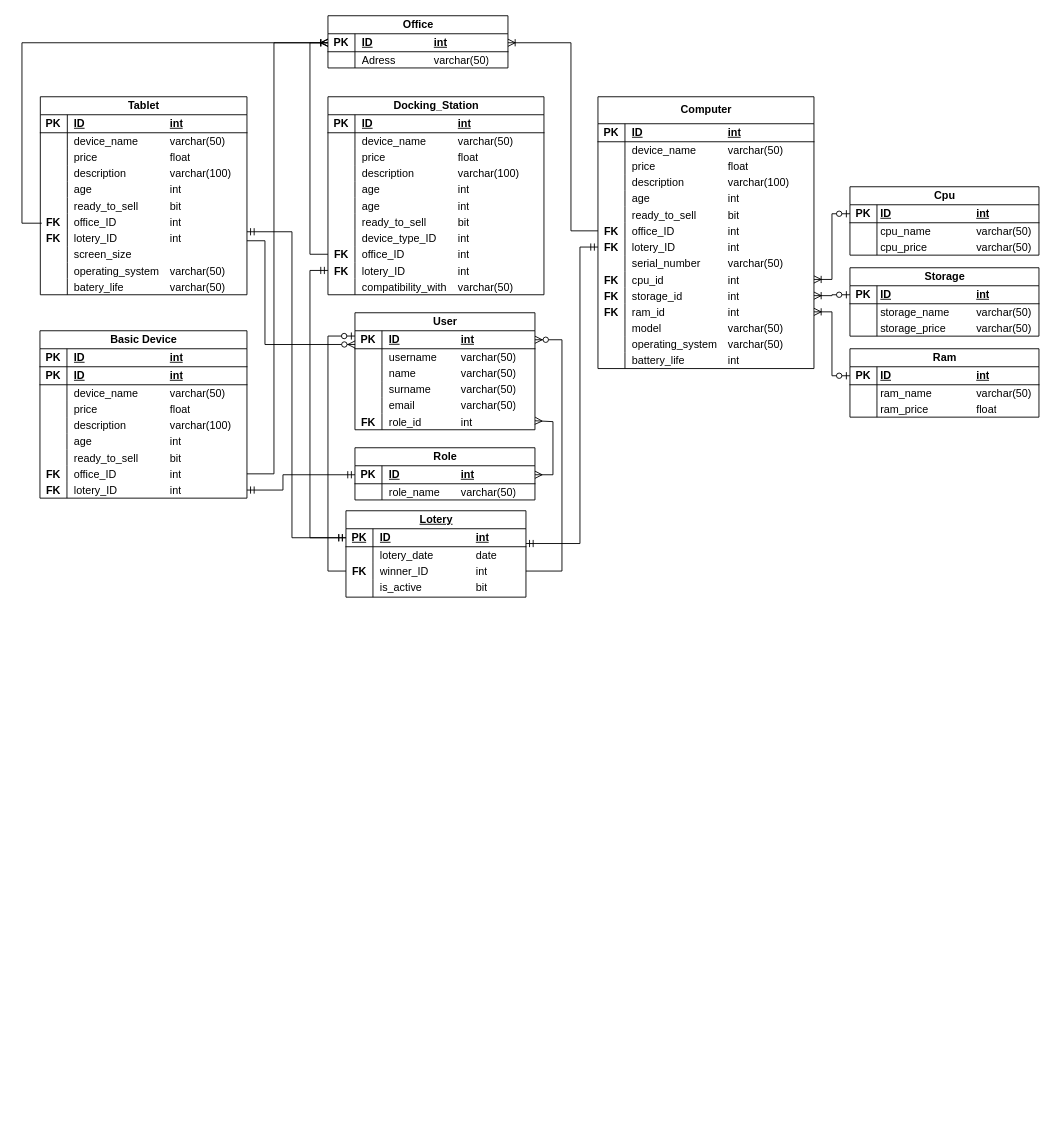
This is Diagrams/ER_Diagram.drawio from Maurycjo/Praca-dyplomowa, a draw.io file, before an edit. Source tidied: cells renumbered, new cells numbered last; positions are measured from the earlier drawing's top-left corner, leaving out a move shared by most shapes. Both pictures are drawn from the tidied source at 90%, with x=0, y=0 at pixel (-311, 15).
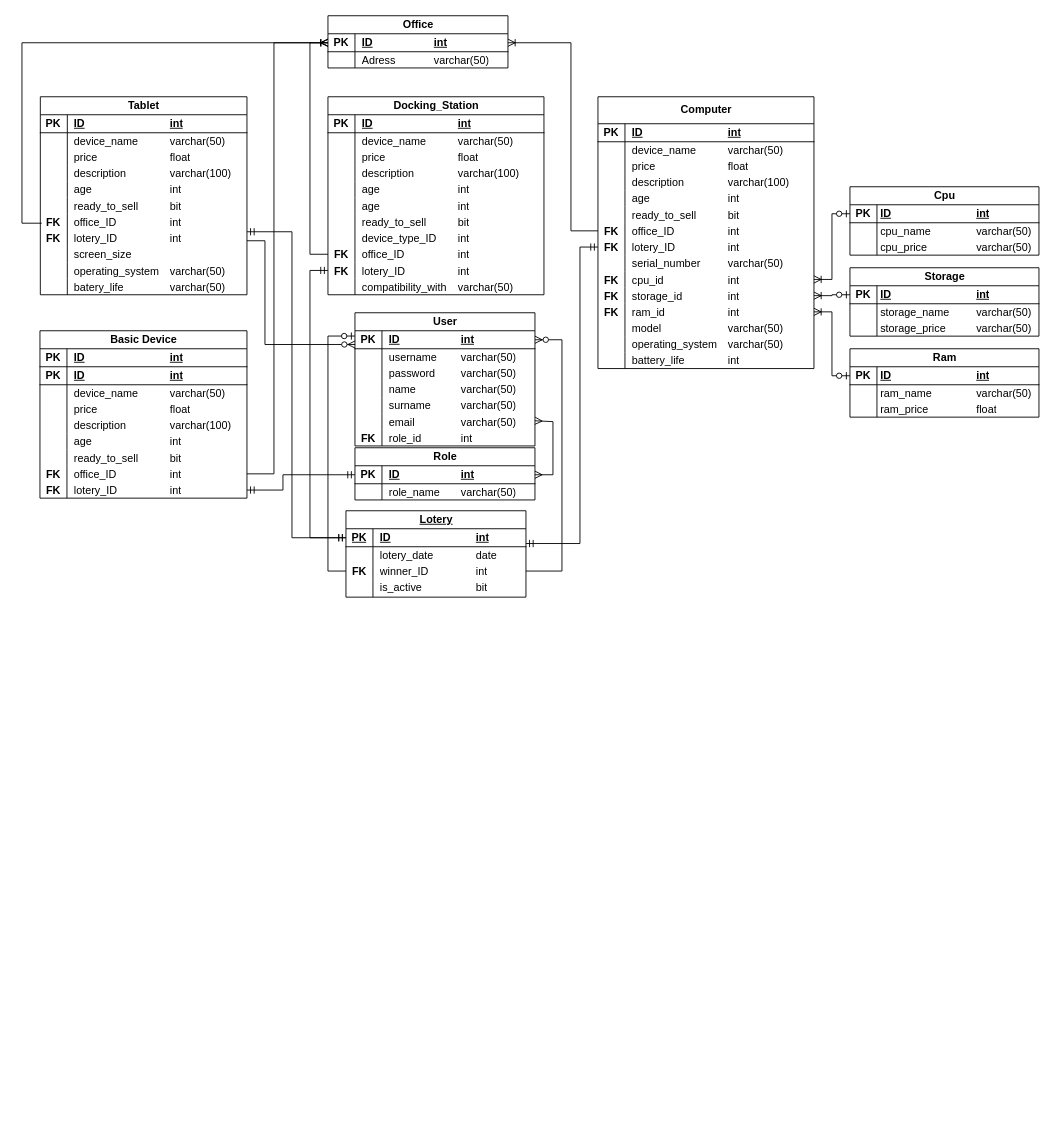
Above is the later version.

Diff of the diagram source:
```diff
@@
     <mxCell id="199" value="User" style="shape=table;startSize=20;childLayout=tableLayout;rowLines=0;fontStyle=1;align=center;html=1;" parent="1" vertex="1">
-      <mxGeometry x="739.9" y="330" width="200" height="130" as="geometry" />
+      <mxGeometry x="739.9" y="330" width="200" height="148" as="geometry" />
     </mxCell>
@@
+    <mxCell id="237" style="shape=tableRow;horizontal=0;startSize=0;swimlaneHead=0;swimlaneBody=0;fillColor=none;top=0;left=0;right=0;bottom=0;" parent="199" vertex="1">
+      <mxGeometry y="58" width="200" height="18" as="geometry" />
+    </mxCell>
+    <mxCell id="238" style="shape=partialRectangle;fillColor=none;top=0;left=0;bottom=0;right=0;overflow=hidden;whiteSpace=wrap;html=1;" parent="237" vertex="1">
+      <mxGeometry width="30" height="18" as="geometry" />
+    </mxCell>
+    <mxCell id="239" value="password&lt;span style=&quot;white-space: pre;&quot;&gt;&#9;&lt;span style=&quot;white-space: pre;&quot;&gt;&#9;&lt;/span&gt;&lt;/span&gt;varchar(50)" style="shape=partialRectangle;fillColor=none;top=0;left=0;bottom=0;right=0;align=left;spacingLeft=6;overflow=hidden;whiteSpace=wrap;html=1;" parent="237" vertex="1">
+      <mxGeometry x="30" width="170" height="18" as="geometry" />
+    </mxCell>
     <mxCell id="206" style="shape=tableRow;horizontal=0;startSize=0;swimlaneHead=0;swimlaneBody=0;fillColor=none;top=0;left=0;right=0;bottom=0;" parent="199" vertex="1">
-      <mxGeometry y="58" width="200" height="18" as="geometry" />
+      <mxGeometry y="76" width="200" height="18" as="geometry" />
     </mxCell>
@@
     <mxCell id="209" style="shape=tableRow;horizontal=0;startSize=0;swimlaneHead=0;swimlaneBody=0;fillColor=none;top=0;left=0;right=0;bottom=0;" parent="199" vertex="1">
-      <mxGeometry y="76" width="200" height="18" as="geometry" />
+      <mxGeometry y="94" width="200" height="18" as="geometry" />
     </mxCell>
@@
     <mxCell id="212" style="shape=tableRow;horizontal=0;startSize=0;swimlaneHead=0;swimlaneBody=0;fillColor=none;top=0;left=0;right=0;bottom=0;" parent="199" vertex="1">
-      <mxGeometry y="94" width="200" height="18" as="geometry" />
+      <mxGeometry y="112" width="200" height="18" as="geometry" />
     </mxCell>
@@
     <mxCell id="215" style="shape=tableRow;horizontal=0;startSize=0;swimlaneHead=0;swimlaneBody=0;fillColor=none;points=[[0,0.5],[1,0.5]];portConstraint=eastwest;top=0;left=0;right=0;bottom=0;" parent="199" vertex="1">
-      <mxGeometry y="112" width="200" height="18" as="geometry" />
+      <mxGeometry y="130" width="200" height="18" as="geometry" />
     </mxCell>
```
